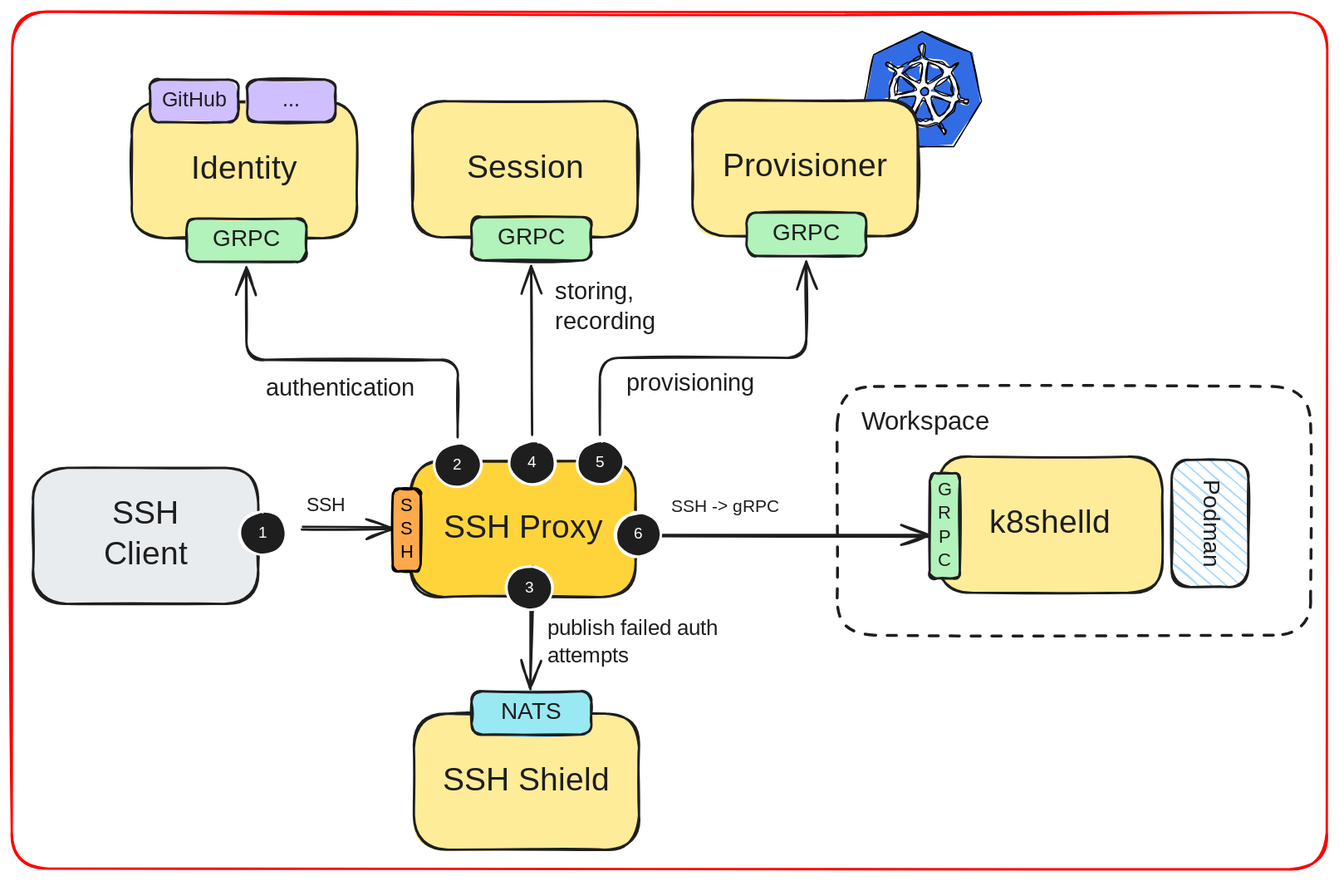
Earlier version of the Excalidraw export drawings/ssh-architecture.excalidraw.svg (k8shell-io/docs). Source tidied: one line per element, renumbered; positions are measured from the earlier drawing's top-left corner, leaving out a move shared by most shapes.
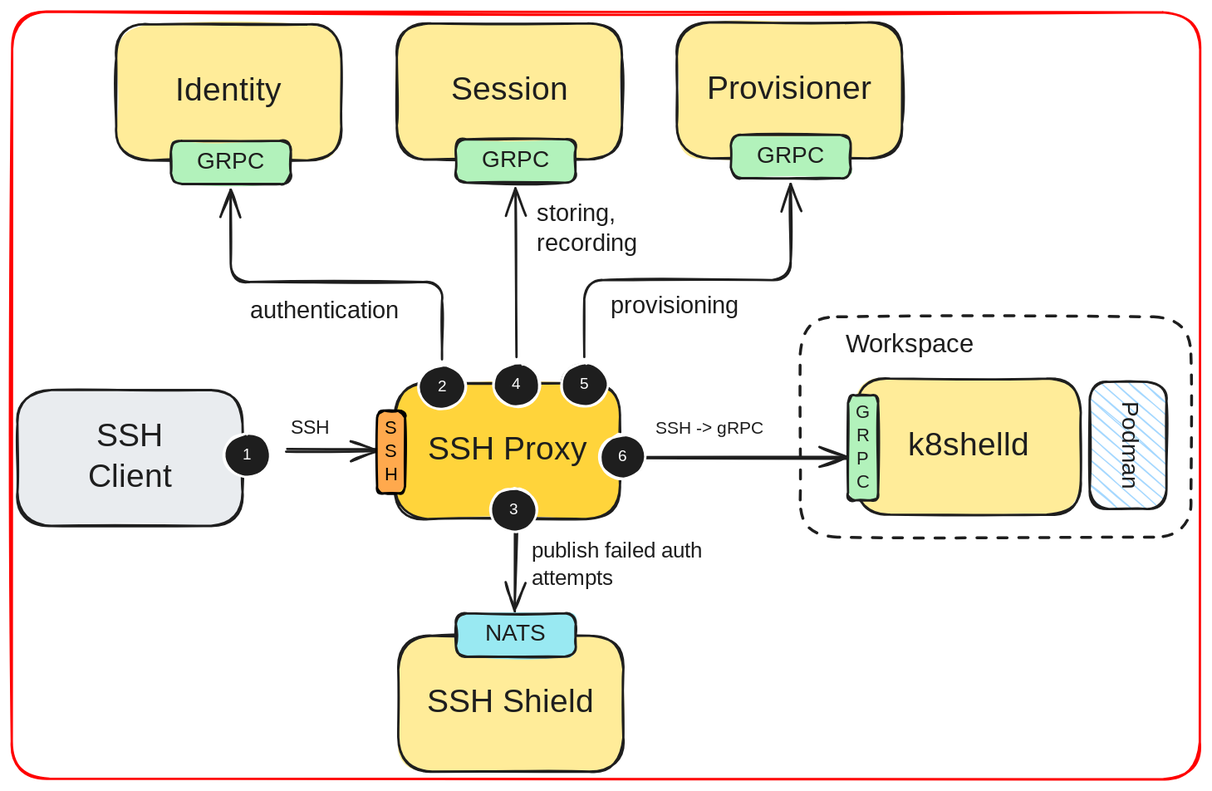
The same diagram one commit later.

The edit, as a diff of the source:
```diff
@@ -1,33 +1,23 @@
-{"id": 0, "type": "rectangle", "strokeColor": "#1e1e1e", "backgroundColor": "#ffec99", "fillStyle": "solid", "strokeWidth": 2, "roughness": 1, "round": true, "x": 796, "y": 382, "width": 194, "height": 117}
+{"id": 0, "type": "rectangle", "strokeColor": "#1e1e1e", "backgroundColor": "#ffec99", "fillStyle": "solid", "strokeWidth": 2, "roughness": 1, "round": true, "x": 739, "y": 382, "width": 194, "height": 117}
-{"id": 1, "type": "text", "text": "k8shelld", "strokeColor": "#1e1e1e", "strokeWidth": 2, "roughness": 1, "fontSize": 28, "fontFamily": 5, "textAlign": "center", "verticalAlign": "middle", "inside": 0, "x": 845, "y": 423, "width": 95, "height": 35}
+{"id": 1, "type": "text", "text": "k8shelld", "strokeColor": "#1e1e1e", "strokeWidth": 2, "roughness": 1, "fontSize": 28, "fontFamily": 5, "textAlign": "center", "verticalAlign": "middle", "inside": 0, "x": 789, "y": 423, "width": 95, "height": 35}
-{"id": 2, "type": "rectangle", "strokeColor": "#1e1e1e", "backgroundColor": "#b2f2bb", "fillStyle": "solid", "strokeWidth": 2, "roughness": 1, "round": true, "x": 789, "y": 397, "width": 26, "height": 90}
+{"id": 2, "type": "rectangle", "strokeColor": "#1e1e1e", "backgroundColor": "#b2f2bb", "fillStyle": "solid", "strokeWidth": 2, "roughness": 1, "round": true, "x": 733, "y": 397, "width": 26, "height": 90}
-{"id": 3, "type": "text", "text": "G\nR\nP\nC", "strokeColor": "#1e1e1e", "strokeWidth": 2, "roughness": 1, "fontSize": 16.02, "fontFamily": 5, "textAlign": "center", "verticalAlign": "middle", "inside": 2, "x": 796, "y": 402, "width": 12, "height": 80}
+{"id": 3, "type": "text", "text": "G\nR\nP\nC", "strokeColor": "#1e1e1e", "strokeWidth": 2, "roughness": 1, "fontSize": 16.02, "fontFamily": 5, "textAlign": "center", "verticalAlign": "middle", "inside": 2, "x": 739, "y": 402, "width": 12, "height": 80}
 {"id": 4, "type": "rectangle", "strokeColor": "#1e1e1e", "backgroundColor": "#ffd43b", "fillStyle": "solid", "strokeWidth": 2, "roughness": 1, "round": true, "x": 343, "y": 386, "width": 194, "height": 117}
 {"id": 5, "type": "text", "text": "SSH Proxy", "strokeColor": "#1e1e1e", "strokeWidth": 2, "roughness": 1, "fontSize": 28, "fontFamily": 5, "textAlign": "center", "verticalAlign": "middle", "inside": 4, "x": 377, "y": 427, "width": 125, "height": 35}
 {"id": 6, "type": "rectangle", "strokeColor": "#1e1e1e", "backgroundColor": "#e9ecef", "fillStyle": "solid", "strokeWidth": 2, "roughness": 1, "round": true, "x": 18, "y": 392, "width": 194, "height": 117}
 {"id": 7, "type": "text", "text": "SSH\nClient", "strokeColor": "#1e1e1e", "strokeWidth": 2, "roughness": 1, "fontSize": 28, "fontFamily": 5, "textAlign": "center", "verticalAlign": "middle", "inside": 6, "x": 81, "y": 415, "width": 68, "height": 70}
 {"id": 8, "type": "arrow", "strokeColor": "#1e1e1e", "backgroundColor": "#e9ecef", "fillStyle": "solid", "strokeWidth": 2, "roughness": 1, "endArrowhead": "arrow", "round": true, "from": 30, "to": 66, "x": 249, "y": 443, "width": 78, "height": 0, "points": [[0, 0], [78, 0]]}
-{"id": 9, "type": "arrow", "strokeColor": "#1e1e1e", "strokeWidth": 2, "roughness": 1, "endArrowhead": "arrow", "round": true, "from": 4, "to": 2, "x": 541, "y": 450, "width": 246, "height": 0, "points": [[0, 0], [246, 0]]}
+{"id": 9, "type": "arrow", "strokeColor": "#1e1e1e", "strokeWidth": 2, "roughness": 1, "endArrowhead": "arrow", "round": true, "from": 4, "to": 2, "x": 541, "y": 450, "width": 189, "height": 0, "points": [[0, 0], [189, 0]]}
-{"id": 10, "type": "line", "strokeColor": "#000000", "backgroundColor": "#326ce5", "fillStyle": "solid", "strokeWidth": 1, "roughness": 1, "x": 783, "y": 17, "width": 101, "height": 99, "points": [[0, 0], [-42, 20], [-51, 63], [-22, 99], [27, 99], [51, 60], [41, 18], [0, 0]]}
-{"id": 11, "type": "line", "strokeColor": "#000000", "angle": 0.01, "backgroundColor": "#ffff", "fillStyle": "solid", "strokeWidth": 1, "roughness": 1, "round": true, "x": 775, "y": 41, "width": 76, "height": 76, "points": [[0, 0], [5, -2], [6, -5], [5, -12], [9, -13], [9, -4], [10, -2], [16, -1], [24, 2], [30, 6], [32, 6], [37, 2], [39, 3], [34, 8], [33, 10], [37, 17], [39, 24], [39, 32], [41, 34], [47, 34], [47, 37], [40, 36], [38, 36], [35, 43], [30, 48], [24, 53], [25, 55], [29, 62], [26, 63], [23, 56], [20, 55], [13, 57], [3, 56], [-4, 54], [-6, 55], [-9, 61], [-12, 60], [-8, 54], [-7, 52], [-12, 48], [-17, 41], [-19, 37], [-22, 37], [-28, 39], [-29, 36], [-22, 35], [-20, 33], [-20, 24], [-18, 17], [-15, 11], [-16, 9], [-23, 5], [-21, 3], [-16, 7], [-12, 8], [-7, 3], [0, 0]]}
-{"id": 12, "type": "line", "strokeColor": "#000000", "backgroundColor": "#326ce5", "fillStyle": "solid", "strokeWidth": 1, "roughness": 1, "round": true, "x": 766, "y": 52, "width": 15, "height": 15, "points": [[0, 0], [5, -4], [9, -7], [15, -8], [15, 0], [14, 8], [7, 4], [0, 0]]}
-{"id": 13, "type": "line", "strokeColor": "#000000", "angle": 0.99, "backgroundColor": "#326ce5", "fillStyle": "solid", "strokeWidth": 1, "roughness": 1, "round": true, "x": 783, "y": 50, "width": 16, "height": 16, "points": [[0, 0], [5, -4], [9, -7], [14, -8], [16, 0], [15, 8], [7, 4], [0, 0]]}
-{"id": 14, "type": "line", "strokeColor": "#000000", "angle": 1.88, "backgroundColor": "#326ce5", "fillStyle": "solid", "strokeWidth": 1, "roughness": 1, "round": true, "x": 795, "y": 62, "width": 15, "height": 16, "points": [[0, 0], [5, -4], [9, -7], [15, -7], [15, 0], [14, 9], [7, 5], [0, 0]]}
-{"id": 15, "type": "line", "strokeColor": "#000000", "angle": 2.85, "backgroundColor": "#326ce5", "fillStyle": "solid", "strokeWidth": 1, "roughness": 1, "round": true, "x": 792, "y": 79, "width": 15, "height": 17, "points": [[0, 0], [3, -3], [8, -7], [13, -8], [15, 0], [14, 9], [7, 5], [0, 0]]}
-{"id": 16, "type": "line", "strokeColor": "#000000", "angle": 3.77, "backgroundColor": "#326ce5", "fillStyle": "solid", "strokeWidth": 1, "roughness": 1, "round": true, "x": 778, "y": 87, "width": 15, "height": 17, "points": [[0, 0], [4, -4], [9, -7], [14, -9], [15, 0], [15, 9], [7, 5], [0, 0]]}
-{"id": 17, "type": "line", "strokeColor": "#000000", "angle": 4.76, "backgroundColor": "#326ce5", "fillStyle": "solid", "strokeWidth": 1, "roughness": 1, "round": true, "x": 762, "y": 81, "width": 15, "height": 15, "points": [[0, 0], [3, -4], [8, -8], [12, -8], [15, -1], [15, 7], [7, 5], [0, 0]]}
-{"id": 18, "type": "line", "strokeColor": "#000000", "angle": 5.65, "backgroundColor": "#326ce5", "fillStyle": "solid", "strokeWidth": 1, "roughness": 1, "round": true, "x": 758, "y": 65, "width": 17, "height": 16, "points": [[0, 0], [3, -4], [8, -8], [12, -9], [15, -1], [17, 8], [8, 5], [0, 0]]}
-{"id": 19, "type": "ellipse", "strokeColor": "#000000", "backgroundColor": "#326ce5", "fillStyle": "solid", "strokeWidth": 1, "roughness": 1, "x": 782, "y": 65, "width": 7, "height": 7}
 {"id": 20, "type": "text", "text": "SSH", "strokeColor": "#1e1e1e", "backgroundColor": "#ffd43b", "fillStyle": "solid", "strokeWidth": 2, "roughness": 1, "fontSize": 16.69, "fontFamily": 5, "x": 253, "y": 414, "width": 30, "height": 21}
 {"id": 21, "type": "text", "text": "SSH -> gRPC", "strokeColor": "#1e1e1e", "backgroundColor": "#ffd43b", "fillStyle": "solid", "strokeWidth": 2, "roughness": 1, "fontSize": 15.28, "fontFamily": 5, "x": 567, "y": 416, "width": 95, "height": 19}
-{"id": 22, "type": "rectangle", "strokeColor": "#1e1e1e", "strokeWidth": 2, "strokeStyle": "dashed", "roughness": 1, "round": true, "x": 710, "y": 322, "width": 407, "height": 214}
+{"id": 22, "type": "rectangle", "strokeColor": "#1e1e1e", "strokeWidth": 2, "strokeStyle": "dashed", "roughness": 1, "round": true, "x": 691, "y": 329, "width": 336, "height": 189}
 {"id": 23, "type": "text", "text": "Workspace", "strokeColor": "#1e1e1e", "strokeWidth": 2, "strokeStyle": "dashed", "roughness": 1, "fontSize": 22.38, "fontFamily": 5, "x": 730, "y": 340, "width": 112, "height": 28}
 {"id": 24, "type": "rectangle", "strokeColor": "#1e1e1e", "backgroundColor": "#ffec99", "fillStyle": "solid", "strokeWidth": 2, "roughness": 1, "round": true, "x": 346, "y": 603, "width": 194, "height": 117}
 {"id": 25, "type": "text", "text": "SSH Shield", "strokeColor": "#1e1e1e", "strokeWidth": 2, "roughness": 1, "fontSize": 28, "fontFamily": 5, "textAlign": "center", "verticalAlign": "middle", "inside": 24, "x": 372, "y": 644, "width": 140, "height": 35}
 {"id": 26, "type": "arrow", "strokeColor": "#1e1e1e", "backgroundColor": "#ffec99", "fillStyle": "solid", "strokeWidth": 2, "roughness": 1, "endArrowhead": "arrow", "round": true, "from": 38, "to": 64, "x": 447, "y": 512, "width": 2, "height": 70, "points": [[0, 0], [-2, 70]]}
 {"id": 27, "type": "text", "text": "publish failed auth\nattempts", "strokeColor": "#1e1e1e", "backgroundColor": "#ffd43b", "fillStyle": "solid", "strokeWidth": 2, "roughness": 1, "fontSize": 18.93, "fontFamily": 5, "x": 461, "y": 519, "width": 169, "height": 47}
-{"id": 28, "type": "rectangle", "strokeColor": "#1e1e1e", "angle": 1.57, "backgroundColor": "#a5d8ff", "fillStyle": "hachure", "strokeWidth": 2, "roughness": 1, "round": true, "x": 976, "y": 407, "width": 109, "height": 66}
+{"id": 28, "type": "rectangle", "strokeColor": "#1e1e1e", "angle": 1.57, "backgroundColor": "#a5d8ff", "fillStyle": "hachure", "strokeWidth": 2, "roughness": 1, "round": true, "x": 919, "y": 407, "width": 109, "height": 66}
-{"id": 29, "type": "text", "text": "Podman", "strokeColor": "#1e1e1e", "angle": 1.57, "strokeWidth": 2, "roughness": 1, "fontSize": 20, "fontFamily": 5, "textAlign": "center", "verticalAlign": "middle", "inside": 28, "x": 994, "y": 427, "width": 73, "height": 25}
+{"id": 29, "type": "text", "text": "Podman", "strokeColor": "#1e1e1e", "angle": 1.57, "strokeWidth": 2, "roughness": 1, "fontSize": 20, "fontFamily": 5, "textAlign": "center", "verticalAlign": "middle", "inside": 28, "x": 937, "y": 427, "width": 73, "height": 25}
 {"id": 30, "type": "ellipse", "strokeColor": "#ffffff", "backgroundColor": "#1e1e1e", "fillStyle": "solid", "strokeWidth": 2, "roughness": 1, "round": true, "x": 196, "y": 429, "width": 40, "height": 38}
 {"id": 31, "type": "text", "text": "1", "strokeColor": "#ffffff", "backgroundColor": "#1e1e1e", "fillStyle": "solid", "strokeWidth": 2, "roughness": 1, "fontSize": 13.5, "fontFamily": 5, "textAlign": "center", "verticalAlign": "middle", "inside": 30, "x": 213, "y": 440, "width": 6, "height": 17}
 {"id": 32, "type": "ellipse", "strokeColor": "#ffffff", "backgroundColor": "#1e1e1e", "fillStyle": "solid", "strokeWidth": 2, "roughness": 1, "round": true, "x": 364, "y": 371, "width": 40, "height": 38}
@@ -42,7 +32,7 @@
 {"id": 41, "type": "ellipse", "strokeColor": "#ffffff", "backgroundColor": "#1e1e1e", "fillStyle": "solid", "strokeWidth": 2, "roughness": 1, "round": true, "x": 428, "y": 369, "width": 40, "height": 38}
 {"id": 42, "type": "text", "text": "4", "strokeColor": "#ffffff", "backgroundColor": "#1e1e1e", "fillStyle": "solid", "strokeWidth": 2, "roughness": 1, "fontSize": 13.5, "fontFamily": 5, "textAlign": "center", "verticalAlign": "middle", "inside": 41, "x": 443, "y": 379, "width": 8, "height": 17}
 {"id": 43, "type": "arrow", "strokeColor": "#1e1e1e", "backgroundColor": "#b2f2bb", "fillStyle": "solid", "strokeWidth": 2, "roughness": 1, "endArrowhead": "arrow", "from": 41, "to": 53, "x": 447, "y": 364, "width": 1, "height": 145, "points": [[0, 0], [-1, -145]]}
-{"id": 44, "type": "text", "text": "storing,\nrecording", "strokeColor": "#1e1e1e", "backgroundColor": "#ffd43b", "fillStyle": "solid", "strokeWidth": 2, "roughness": 1, "fontSize": 20.52, "fontFamily": 5, "x": 467, "y": 229, "width": 90, "height": 51}
+{"id": 44, "type": "text", "text": "storing,\nrecording", "strokeColor": "#1e1e1e", "backgroundColor": "#ffd43b", "fillStyle": "solid", "strokeWidth": 2, "roughness": 1, "fontSize": 20.52, "fontFamily": 5, "x": 465, "y": 229, "width": 90, "height": 51}
 {"id": 45, "type": "rectangle", "strokeColor": "#1e1e1e", "backgroundColor": "#ffec99", "fillStyle": "solid", "strokeWidth": 2, "roughness": 1, "round": true, "x": 103, "y": 78, "width": 194, "height": 117}
 {"id": 46, "type": "text", "text": "Identity", "strokeColor": "#1e1e1e", "strokeWidth": 2, "roughness": 1, "fontSize": 28, "fontFamily": 5, "textAlign": "center", "verticalAlign": "middle", "inside": 45, "x": 143, "y": 119, "width": 115, "height": 35}
 {"id": 47, "type": "rectangle", "strokeColor": "#1e1e1e", "backgroundColor": "#ffec99", "fillStyle": "solid", "strokeWidth": 2, "roughness": 1, "round": true, "x": 344, "y": 77, "width": 194, "height": 117}
@@ -58,12 +48,8 @@
 {"id": 57, "type": "text", "text": " provisioning", "strokeColor": "#1e1e1e", "backgroundColor": "#ffd43b", "fillStyle": "solid", "strokeWidth": 2, "roughness": 1, "fontSize": 20.52, "fontFamily": 5, "x": 523, "y": 308, "width": 122, "height": 26}
 {"id": 58, "type": "arrow", "strokeColor": "#1e1e1e", "backgroundColor": "#ffec99", "fillStyle": "solid", "strokeWidth": 2, "roughness": 1, "endArrowhead": "arrow", "from": 32, "to": 51, "x": 383, "y": 366, "width": 182, "height": 146, "points": [[0, 0], [0, -67], [-182, -67], [-182, -146]]}
 {"id": 59, "type": "text", "text": "authentication", "strokeColor": "#1e1e1e", "backgroundColor": "#ffd43b", "fillStyle": "solid", "strokeWidth": 2, "roughness": 1, "fontSize": 20.52, "fontFamily": 5, "x": 218, "y": 312, "width": 146, "height": 26}
-{"id": 60, "type": "rectangle", "strokeColor": "#1e1e1e", "backgroundColor": "#d0bfff", "fillStyle": "solid", "strokeWidth": 2, "roughness": 1, "round": true, "x": 119, "y": 58, "width": 76, "height": 37}
-{"id": 61, "type": "text", "text": "GitHub", "strokeColor": "#1e1e1e", "strokeWidth": 2, "roughness": 1, "fontSize": 17.92, "fontFamily": 5, "textAlign": "center", "verticalAlign": "middle", "inside": 60, "x": 128, "y": 65, "width": 58, "height": 22}
-{"id": 62, "type": "rectangle", "strokeColor": "#1e1e1e", "backgroundColor": "#d0bfff", "fillStyle": "solid", "strokeWidth": 2, "roughness": 1, "round": true, "x": 202, "y": 58, "width": 76, "height": 37}
-{"id": 63, "type": "text", "text": "...", "strokeColor": "#1e1e1e", "strokeWidth": 2, "roughness": 1, "fontSize": 17.92, "fontFamily": 5, "textAlign": "center", "verticalAlign": "middle", "inside": 62, "x": 233, "y": 65, "width": 15, "height": 22}
 {"id": 64, "type": "rectangle", "strokeColor": "#1e1e1e", "backgroundColor": "#99e9f2", "fillStyle": "solid", "strokeWidth": 2, "roughness": 1, "round": true, "x": 395, "y": 584, "width": 103, "height": 37}
 {"id": 65, "type": "text", "text": "NATS", "strokeColor": "#1e1e1e", "strokeWidth": 2, "roughness": 1, "fontSize": 19.84, "fontFamily": 5, "textAlign": "center", "verticalAlign": "middle", "inside": 64, "x": 420, "y": 590, "width": 54, "height": 25}
 {"id": 66, "type": "rectangle", "strokeColor": "#000000", "backgroundColor": "#ffa94d", "fillStyle": "solid", "strokeWidth": 2, "roughness": 1, "round": true, "x": 328, "y": 410, "width": 24, "height": 71}
 {"id": 67, "type": "text", "text": "S\nS\nH", "strokeColor": "#000000", "strokeWidth": 2, "roughness": 1, "fontSize": 16.02, "fontFamily": 5, "textAlign": "center", "verticalAlign": "middle", "inside": 66, "x": 335, "y": 415, "width": 10, "height": 60}
-{"id": 68, "type": "rectangle", "strokeColor": "#ff0000", "angle": 0.0, "strokeWidth": 2, "roughness": 1, "round": true, "x": 0, "y": 0, "width": 1131, "height": 737}
+{"id": 68, "type": "rectangle", "strokeColor": "#ff0000", "angle": 0.0, "strokeWidth": 2, "roughness": 1, "round": true, "x": 13, "y": 67, "width": 1022, "height": 660}
```
